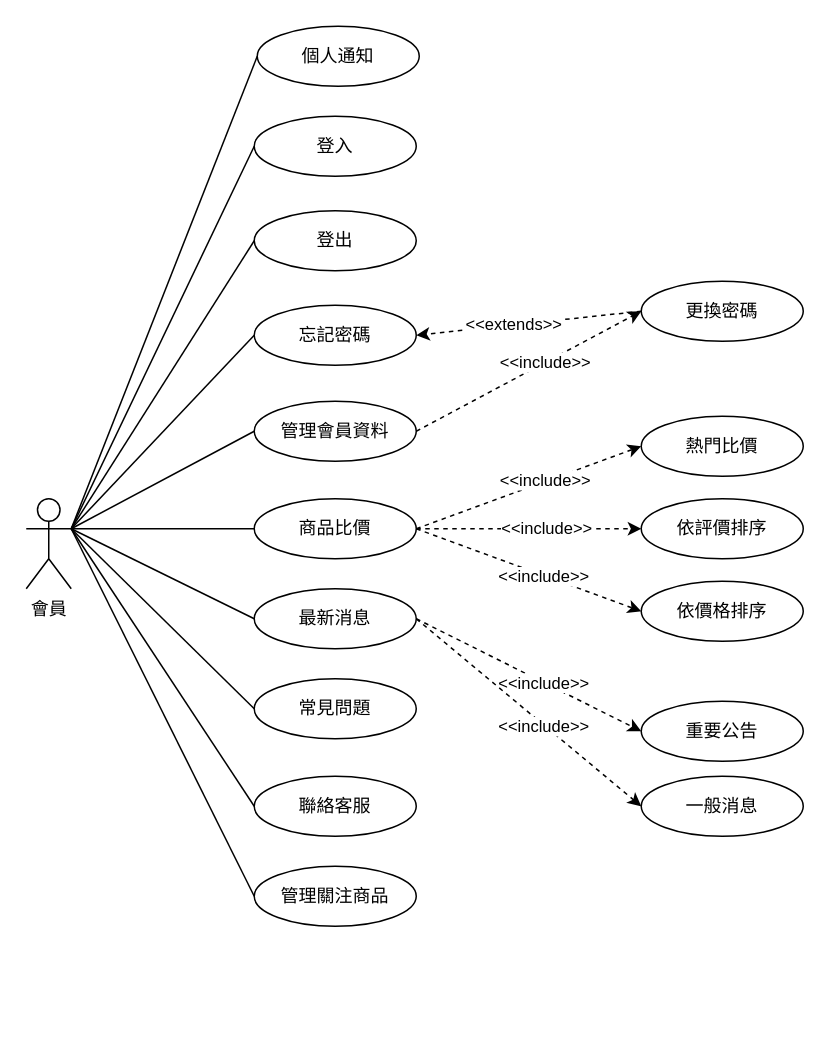
7bagbun/grad_prj_docs keeps this draw.io diagram as graphs/b2/uc member.drawio. Above is the earlier version. Source tidied: cells renumbered, new cells numbered last; positions are measured from the earlier drawing's top-left corner, leaving out a move shared by most shapes. Both pictures are drawn from the tidied source at 150%, with x=0, y=0 at pixel (26, 26).
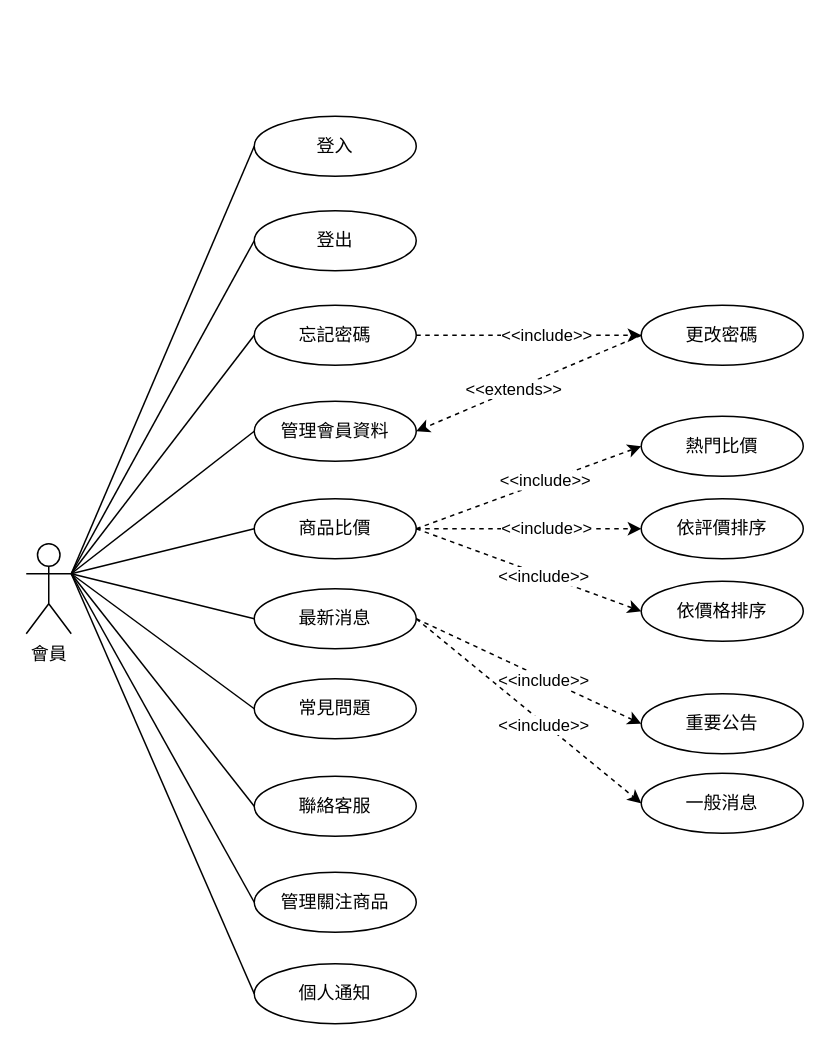
After the change.

The change refers to these unchanged cells:
```xml
<mxCell id="9" value="管理會員資料" style="ellipse;whiteSpace=wrap;html=1;" parent="1" vertex="1">
  <mxGeometry x="152" y="250" width="108" height="40" as="geometry" />
</mxCell>
<mxCell id="36" value="忘記密碼" style="ellipse;whiteSpace=wrap;html=1;" parent="1" vertex="1">
  <mxGeometry x="152" y="186" width="108" height="40" as="geometry" />
</mxCell>
```

The edit, as a diff of the source:
```diff
@@
     <mxCell id="3" value="會員" style="shape=umlActor;verticalLabelPosition=bottom;verticalAlign=top;html=1;outlineConnect=0;" parent="1" vertex="1">
-      <mxGeometry y="315" width="30" height="60" as="geometry" />
+      <mxGeometry y="345" width="30" height="60" as="geometry" />
     </mxCell>
@@
     <mxCell id="10" value="個人通知" style="ellipse;whiteSpace=wrap;html=1;" parent="1" vertex="1">
-      <mxGeometry x="154" width="108" height="40" as="geometry" />
+      <mxGeometry x="152" y="625" width="108" height="40" as="geometry" />
     </mxCell>
@@
     <mxCell id="24" value="管理關注商品" style="ellipse;whiteSpace=wrap;html=1;" parent="1" vertex="1">
-      <mxGeometry x="152" y="560" width="108" height="40" as="geometry" />
+      <mxGeometry x="152" y="564" width="108" height="40" as="geometry" />
     </mxCell>
@@
     <mxCell id="32" value="重要公告" style="ellipse;whiteSpace=wrap;html=1;" parent="1" vertex="1">
-      <mxGeometry x="410" y="450" width="108" height="40" as="geometry" />
+      <mxGeometry x="410" y="445" width="108" height="40" as="geometry" />
     </mxCell>
@@
     <mxCell id="35" value="一般消息" style="ellipse;whiteSpace=wrap;html=1;" parent="1" vertex="1">
-      <mxGeometry x="410" y="500" width="108" height="40" as="geometry" />
+      <mxGeometry x="410" y="498" width="108" height="40" as="geometry" />
     </mxCell>
@@
-    <mxCell id="38" value="更換密碼" style="ellipse;whiteSpace=wrap;html=1;" parent="1" vertex="1">
-      <mxGeometry x="410" y="170" width="108" height="40" as="geometry" />
+    <mxCell id="38" value="更改密碼" style="ellipse;whiteSpace=wrap;html=1;" parent="1" vertex="1">
+      <mxGeometry x="410" y="186" width="108" height="40" as="geometry" />
     </mxCell>
-    <mxCell id="39" style="rounded=0;jettySize=auto;html=1;entryX=0;entryY=0.5;entryDx=0;entryDy=0;dashed=1;exitX=1;exitY=0.5;exitDx=0;exitDy=0;" parent="1" edge="1" source="9" target="38">
+    <mxCell id="39" style="rounded=0;jettySize=auto;html=1;entryX=0;entryY=0.5;entryDx=0;entryDy=0;dashed=1;exitX=1;exitY=0.5;exitDx=0;exitDy=0;" parent="1" edge="1" source="36" target="38">
       <mxGeometry relative="1" as="geometry" />
     </mxCell>
@@
-    <mxCell id="41" style="rounded=0;jettySize=auto;html=1;entryX=1;entryY=0.5;entryDx=0;entryDy=0;dashed=1;exitX=0;exitY=0.5;exitDx=0;exitDy=0;" parent="1" edge="1" source="38" target="36">
+    <mxCell id="41" style="rounded=0;jettySize=auto;html=1;entryX=1;entryY=0.5;entryDx=0;entryDy=0;dashed=1;exitX=0;exitY=0.5;exitDx=0;exitDy=0;" parent="1" edge="1" source="38" target="9">
       <mxGeometry relative="1" as="geometry" />
     </mxCell>
```
